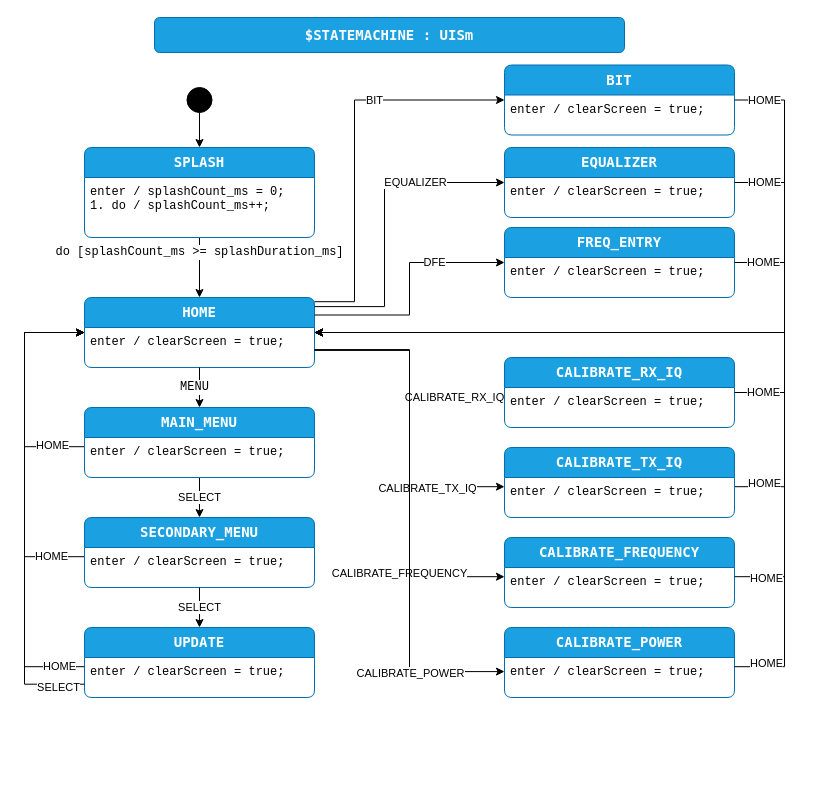
KI3P/Phoenix keeps this draw.io diagram as page "design" (1 of 3) of code/src/PhoenixSketch/UISm.drawio. Above is the earlier version. Source tidied: cells renumbered, new cells numbered last; positions are measured from the earlier drawing's top-left corner, leaving out a move shared by most shapes. Both pictures are drawn from the tidied source at 100%, with x=0, y=0 at pixel (24, 17).
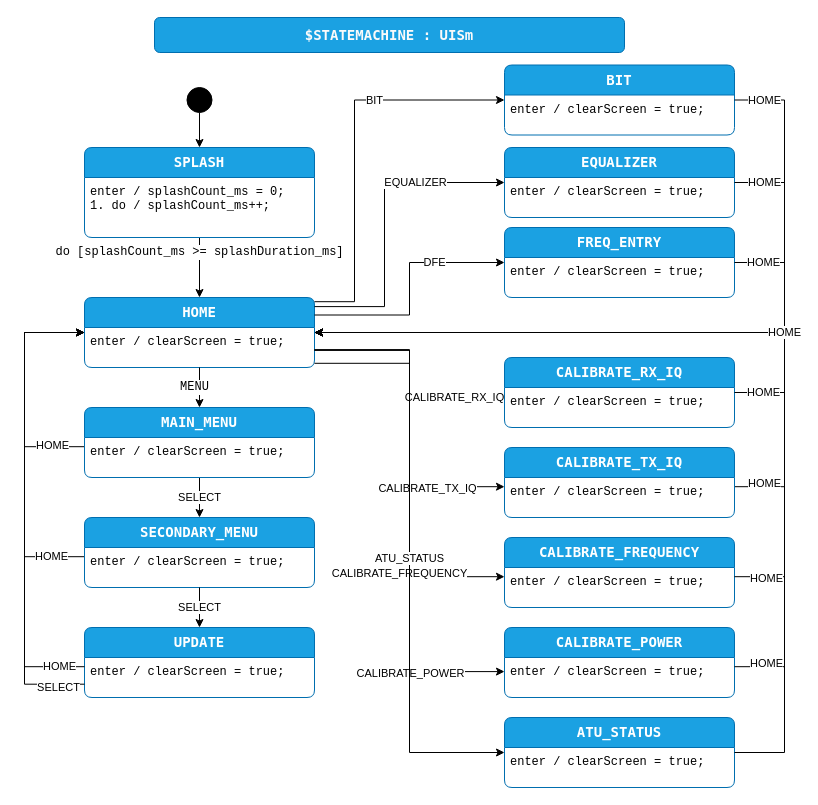
Above is the later version.

Unchanged cells that the change refers to:
```xml
<mxCell id="8" value="HOME" style="shape=swimlane;align=center;verticalAlign=top;fontFamily=Lucida Console;startSize=30;fontSize=14;fontStyle=1;fontColor=#ffffff;fillColor=#1ba1e2;swimlaneFillColor=default;rounded=1;arcSize=15;absoluteArcSize=1;points=[[0,0,0,0,0],[0,0.06,0,0,0],[0,0.13,0,0,0],[0,0.19,0,0,0],[0,0.25,0,0,0],[0,0.31,0,0,0],[0,0.38,0,0,0],[0,0.44,0,0,0],[0,0.5,0,0,0],[0,0.56,0,0,0],[0,0.63,0,0,0],[0,0.69,0,0,0],[0,0.75,0,0,0],[0,0.81,0,0,0],[0,0.88,0,0,0],[0,0.94,0,0,0],[0,1,0,0,0],[0.06,0,0,0,0],[0.06,1,0,0,0],[0.13,0,0,0,0],[0.13,1,0,0,0],[0.19,0,0,0,0],[0.19,1,0,0,0],[0.25,0,0,0,0],[0.25,1,0,0,0],[0.31,0,0,0,0],[0.31,1,0,0,0],[0.38,0,0,0,0],[0.38,1,0,0,0],[0.44,0,0,0,0],[0.44,1,0,0,0],[0.5,0,0,0,0],[0.5,1,0,0,0],[0.56,0,0,0,0],[0.56,1,0,0,0],[0.63,0,0,0,0],[0.63,1,0,0,0],[0.69,0,0,0,0],[0.69,1,0,0,0],[0.75,0,0,0,0],[0.75,1,0,0,0],[0.81,0,0,0,0],[0.81,1,0,0,0],[0.88,0,0,0,0],[0.88,1,0,0,0],[0.94,0,0,0,0],[0.94,1,0,0,0],[1,0,0,0,0],[1,0.06,0,0,0],[1,0.13,0,0,0],[1,0.19,0,0,0],[1,0.25,0,0,0],[1,0.31,0,0,0],[1,0.38,0,0,0],[1,0.44,0,0,0],[1,0.5,0,0,0],[1,0.56,0,0,0],[1,0.63,0,0,0],[1,0.69,0,0,0],[1,0.75,0,0,0],[1,0.81,0,0,0],[1,0.88,0,0,0],[1,0.94,0,0,0],[1,1,0,0,0]];strokeColor=#006EAF;" parent="1" vertex="1">
  <mxGeometry x="60" y="280" width="230" height="70" as="geometry" />
</mxCell>
```

Change to the diagram source:
```diff
@@
+    <mxCell id="57" value="ATU_STATUS" style="shape=swimlane;align=center;verticalAlign=top;fontFamily=Lucida Console;startSize=30;fontSize=14;fontStyle=1;fontColor=#ffffff;fillColor=#1ba1e2;swimlaneFillColor=default;rounded=1;arcSize=15;absoluteArcSize=1;points=[[0,0,0,0,0],[0,0.06,0,0,0],[0,0.13,0,0,0],[0,0.19,0,0,0],[0,0.25,0,0,0],[0,0.31,0,0,0],[0,0.38,0,0,0],[0,0.44,0,0,0],[0,0.5,0,0,0],[0,0.56,0,0,0],[0,0.63,0,0,0],[0,0.69,0,0,0],[0,0.75,0,0,0],[0,0.81,0,0,0],[0,0.88,0,0,0],[0,0.94,0,0,0],[0,1,0,0,0],[0.06,0,0,0,0],[0.06,1,0,0,0],[0.13,0,0,0,0],[0.13,1,0,0,0],[0.19,0,0,0,0],[0.19,1,0,0,0],[0.25,0,0,0,0],[0.25,1,0,0,0],[0.31,0,0,0,0],[0.31,1,0,0,0],[0.38,0,0,0,0],[0.38,1,0,0,0],[0.44,0,0,0,0],[0.44,1,0,0,0],[0.5,0,0,0,0],[0.5,1,0,0,0],[0.56,0,0,0,0],[0.56,1,0,0,0],[0.63,0,0,0,0],[0.63,1,0,0,0],[0.69,0,0,0,0],[0.69,1,0,0,0],[0.75,0,0,0,0],[0.75,1,0,0,0],[0.81,0,0,0,0],[0.81,1,0,0,0],[0.88,0,0,0,0],[0.88,1,0,0,0],[0.94,0,0,0,0],[0.94,1,0,0,0],[1,0,0,0,0],[1,0.06,0,0,0],[1,0.13,0,0,0],[1,0.19,0,0,0],[1,0.25,0,0,0],[1,0.31,0,0,0],[1,0.38,0,0,0],[1,0.44,0,0,0],[1,0.5,0,0,0],[1,0.56,0,0,0],[1,0.63,0,0,0],[1,0.69,0,0,0],[1,0.75,0,0,0],[1,0.81,0,0,0],[1,0.88,0,0,0],[1,0.94,0,0,0],[1,1,0,0,0]];strokeColor=#006EAF;" parent="1" vertex="1">
+      <mxGeometry x="480" y="700" width="230" height="70" as="geometry" />
+    </mxCell>
+    <mxCell id="58" value="enter / clearScreen = true;" style="fontFamily=Courier New;align=left;verticalAlign=top;fillColor=none;gradientColor=none;strokeColor=none;rounded=0;spacingLeft=4;" parent="57" vertex="1">
+      <mxGeometry y="30" width="230" height="30" as="geometry" />
+    </mxCell>
+    <mxCell id="59" value="ATU_STATUS" style="edgeStyle=orthogonalEdgeStyle;rounded=0;jettySize=auto;html=1;exitX=1;exitY=0.94;exitDx=0;exitDy=0;exitPerimeter=0;entryX=0;entryY=0.5;entryDx=0;entryDy=0;entryPerimeter=0;" parent="1" edge="1" source="8" target="57">
+      <mxGeometry relative="1" as="geometry" />
+    </mxCell>
+    <mxCell id="60" value="HOME" style="edgeStyle=orthogonalEdgeStyle;rounded=0;jettySize=auto;html=1;exitX=1;exitY=0.5;exitDx=0;exitDy=0;exitPerimeter=0;entryX=1;entryY=0.5;entryDx=0;entryDy=0;entryPerimeter=0;" parent="1" edge="1" source="57" target="8">
+      <mxGeometry relative="1" as="geometry">
+        <Array as="points">
+          <mxPoint x="760" y="735" />
+          <mxPoint x="760" y="315" />
+        </Array>
+      </mxGeometry>
+    </mxCell>
```
